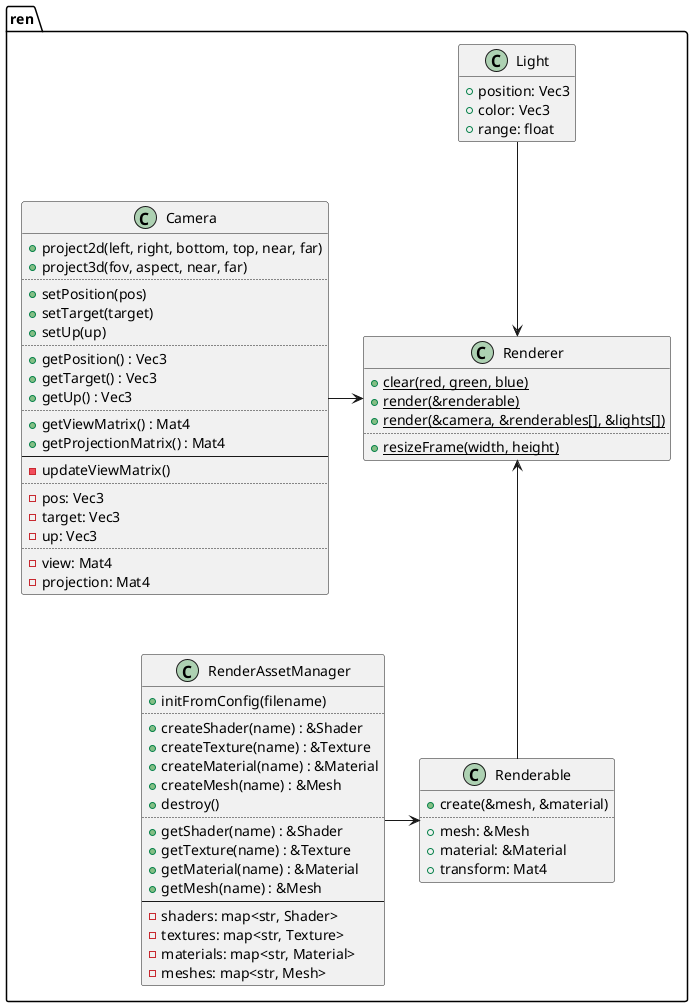
Earlier version of the PlantUML export design/renderer.png (ba6er/marblemaze).
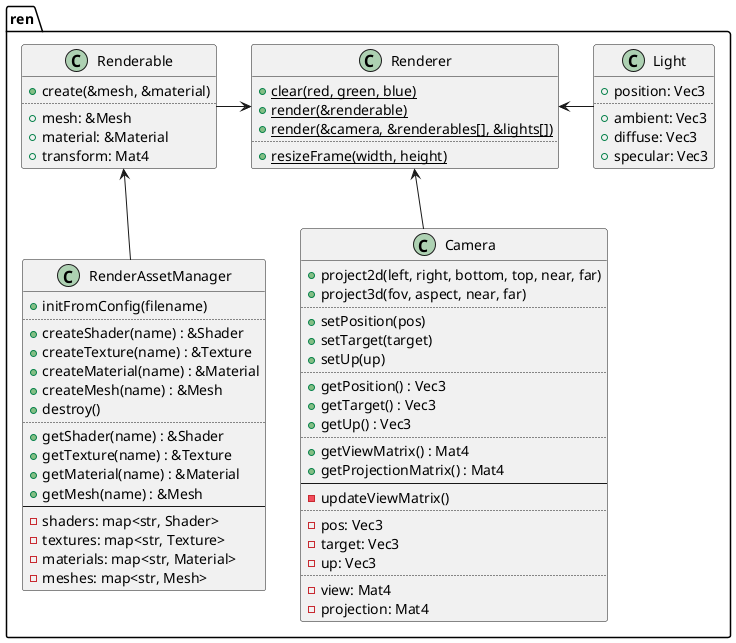
Above is the later version.

Commit message:
Added ren::Light class, updated ren::Renderer to accommodate lighting

Change to the diagram source:
```diff
@@ -56,8 +56,10 @@
 
 class ren::Light {
 	+position: Vec3
-	+color: Vec3
-	+range: float
+	..
+	+ambient: Vec3
+	+diffuse: Vec3
+	+specular: Vec3
 }
 hide Light methods
 
@@ -70,10 +72,10 @@
 }
 hide Renderer fields
 
-Renderable <-left- RenderAssetManager
+Renderable <-down- RenderAssetManager
 
-Renderer <-down- Renderable
-Renderer <-left- Camera
-Renderer <-up- Light
+Renderer <-down- Camera
+Renderer <-left- Renderable
+Renderer <-right- Light
 
 @enduml
```
